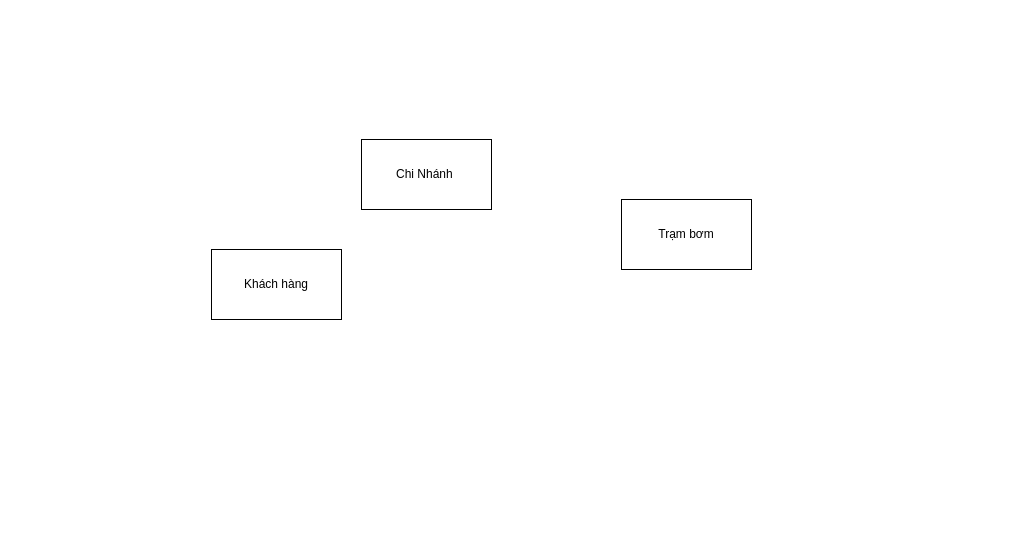
Earlier version of the draw.io diagram Biểu đồ không có tiêu đề.drawio (MINH-DEV586/project). Source tidied: cells renumbered, new cells numbered last; positions are measured from the earlier drawing's top-left corner, leaving out a move shared by most shapes. Both pictures are drawn from the tidied source at 100%, with x=0, y=0 at pixel (211, 139).
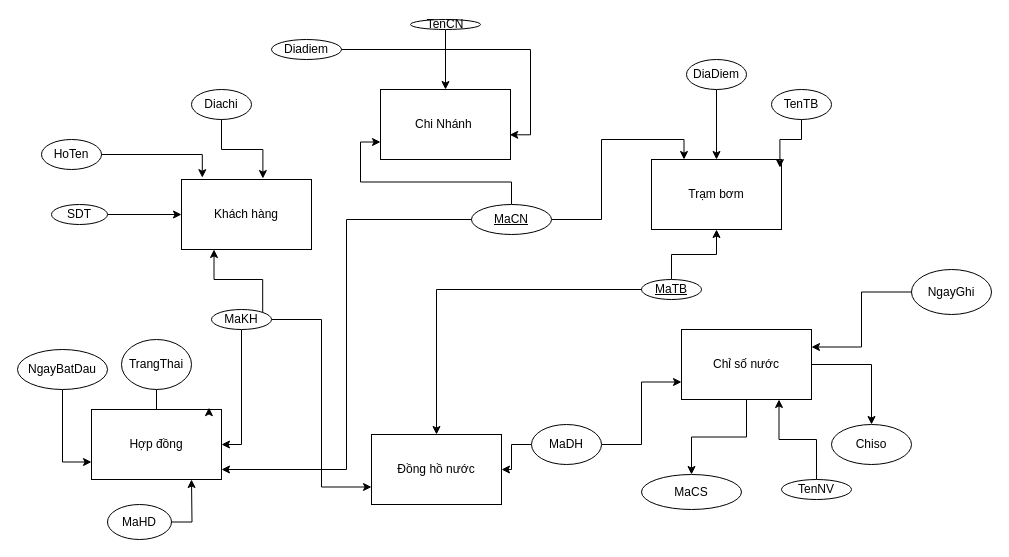
The same diagram, later.

Commit message (it also covers changes not shown here):
Cập nhật Biểu đồ không có tiêu đề.drawio

Diff of the diagram source:
```diff
@@
     <mxCell id="2" value="Chi Nhánh&amp;nbsp;" style="rounded=0;whiteSpace=wrap;html=1;" parent="1" vertex="1">
-      <mxGeometry x="150" width="130" height="70" as="geometry" />
+      <mxGeometry x="169" y="-50" width="130" height="70" as="geometry" />
     </mxCell>
     <mxCell id="3" value="Trạm bơm" style="rounded=0;whiteSpace=wrap;html=1;" parent="1" vertex="1">
-      <mxGeometry x="410" y="60" width="130" height="70" as="geometry" />
+      <mxGeometry x="440" y="20" width="130" height="70" as="geometry" />
     </mxCell>
     <mxCell id="4" value="Khách hàng" style="rounded=0;whiteSpace=wrap;html=1;" parent="1" vertex="1">
-      <mxGeometry y="110" width="130" height="70" as="geometry" />
+      <mxGeometry x="-30" y="40" width="130" height="70" as="geometry" />
     </mxCell>
+    <mxCell id="5" value="Đồng hồ nước" style="rounded=0;whiteSpace=wrap;html=1;" parent="1" vertex="1">
+      <mxGeometry x="160" y="295" width="130" height="70" as="geometry" />
+    </mxCell>
+    <mxCell id="6" value="Hợp đồng" style="rounded=0;whiteSpace=wrap;html=1;" parent="1" vertex="1">
+      <mxGeometry x="-120" y="270" width="130" height="70" as="geometry" />
+    </mxCell>
+    <mxCell id="7" style="edgeStyle=orthogonalEdgeStyle;rounded=0;jettySize=auto;html=1;" parent="1" edge="1" source="9" target="44">
+      <mxGeometry relative="1" as="geometry" />
+    </mxCell>
+    <mxCell id="8" style="edgeStyle=orthogonalEdgeStyle;rounded=0;jettySize=auto;html=1;" parent="1" edge="1" source="9" target="47">
+      <mxGeometry relative="1" as="geometry" />
+    </mxCell>
+    <mxCell id="9" value="Chỉ số nước" style="rounded=0;whiteSpace=wrap;html=1;" parent="1" vertex="1">
+      <mxGeometry x="470" y="190" width="130" height="70" as="geometry" />
+    </mxCell>
+    <mxCell id="10" style="edgeStyle=orthogonalEdgeStyle;rounded=0;jettySize=auto;html=1;entryX=0;entryY=0.75;entryDx=0;entryDy=0;" parent="1" edge="1" source="12" target="2">
+      <mxGeometry relative="1" as="geometry" />
+    </mxCell>
+    <mxCell id="11" style="edgeStyle=orthogonalEdgeStyle;rounded=0;jettySize=auto;html=1;entryX=0.25;entryY=0;entryDx=0;entryDy=0;" parent="1" edge="1" source="12" target="3">
+      <mxGeometry relative="1" as="geometry" />
+    </mxCell>
+    <mxCell id="12" value="&lt;u&gt;MaCN&lt;/u&gt;" style="ellipse;whiteSpace=wrap;html=1;" parent="1" vertex="1">
+      <mxGeometry x="260" y="65" width="80" height="30" as="geometry" />
+    </mxCell>
+    <mxCell id="13" style="edgeStyle=orthogonalEdgeStyle;rounded=0;jettySize=auto;html=1;entryX=0.5;entryY=0;entryDx=0;entryDy=0;" parent="1" edge="1" source="14" target="2">
+      <mxGeometry relative="1" as="geometry" />
+    </mxCell>
+    <mxCell id="14" value="TenCN" style="ellipse;whiteSpace=wrap;html=1;" parent="1" vertex="1">
+      <mxGeometry x="199" y="-120" width="70" height="10" as="geometry" />
+    </mxCell>
+    <mxCell id="15" value="Diadiem" style="ellipse;whiteSpace=wrap;html=1;" parent="1" vertex="1">
+      <mxGeometry x="60" y="-100" width="70" height="20" as="geometry" />
+    </mxCell>
+    <mxCell id="16" style="edgeStyle=orthogonalEdgeStyle;rounded=0;jettySize=auto;html=1;entryX=0.994;entryY=0.647;entryDx=0;entryDy=0;entryPerimeter=0;" parent="1" edge="1" source="15" target="2">
+      <mxGeometry relative="1" as="geometry" />
+    </mxCell>
+    <mxCell id="17" style="edgeStyle=orthogonalEdgeStyle;rounded=0;jettySize=auto;html=1;" parent="1" edge="1" source="19" target="3">
+      <mxGeometry relative="1" as="geometry" />
+    </mxCell>
+    <mxCell id="18" style="edgeStyle=orthogonalEdgeStyle;rounded=0;jettySize=auto;html=1;" parent="1" edge="1" source="19" target="5">
+      <mxGeometry relative="1" as="geometry" />
+    </mxCell>
+    <mxCell id="19" value="&lt;u&gt;MaTB&lt;/u&gt;" style="ellipse;whiteSpace=wrap;html=1;" parent="1" vertex="1">
+      <mxGeometry x="430" y="140" width="60" height="20" as="geometry" />
+    </mxCell>
+    <mxCell id="20" value="TenTB" style="ellipse;whiteSpace=wrap;html=1;" parent="1" vertex="1">
+      <mxGeometry x="560" y="-50" width="60" height="30" as="geometry" />
+    </mxCell>
+    <mxCell id="21" style="edgeStyle=orthogonalEdgeStyle;rounded=0;jettySize=auto;html=1;entryX=0.5;entryY=0;entryDx=0;entryDy=0;" parent="1" edge="1" source="22" target="3">
+      <mxGeometry relative="1" as="geometry" />
+    </mxCell>
+    <mxCell id="22" value="DiaDiem" style="ellipse;whiteSpace=wrap;html=1;" parent="1" vertex="1">
+      <mxGeometry x="475" y="-80" width="60" height="30" as="geometry" />
+    </mxCell>
+    <mxCell id="23" value="HoTen" style="ellipse;whiteSpace=wrap;html=1;" parent="1" vertex="1">
+      <mxGeometry x="-170" width="60" height="30" as="geometry" />
+    </mxCell>
+    <mxCell id="24" style="edgeStyle=orthogonalEdgeStyle;rounded=0;jettySize=auto;html=1;exitX=1;exitY=1;exitDx=0;exitDy=0;entryX=0.25;entryY=1;entryDx=0;entryDy=0;" parent="1" edge="1" source="27" target="4">
+      <mxGeometry relative="1" as="geometry" />
+    </mxCell>
+    <mxCell id="25" style="edgeStyle=orthogonalEdgeStyle;rounded=0;jettySize=auto;html=1;entryX=0;entryY=0.75;entryDx=0;entryDy=0;" parent="1" edge="1" source="27" target="5">
+      <mxGeometry relative="1" as="geometry" />
+    </mxCell>
+    <mxCell id="26" style="edgeStyle=orthogonalEdgeStyle;rounded=0;jettySize=auto;html=1;entryX=1;entryY=0.5;entryDx=0;entryDy=0;" parent="1" edge="1" source="27" target="6">
+      <mxGeometry relative="1" as="geometry" />
+    </mxCell>
+    <mxCell id="27" value="MaKH" style="ellipse;whiteSpace=wrap;html=1;" parent="1" vertex="1">
+      <mxGeometry y="170" width="60" height="20" as="geometry" />
+    </mxCell>
+    <mxCell id="28" style="edgeStyle=orthogonalEdgeStyle;rounded=0;jettySize=auto;html=1;entryX=0.988;entryY=0.116;entryDx=0;entryDy=0;entryPerimeter=0;" parent="1" edge="1" source="20" target="3">
+      <mxGeometry relative="1" as="geometry" />
+    </mxCell>
+    <mxCell id="29" style="edgeStyle=orthogonalEdgeStyle;rounded=0;jettySize=auto;html=1;entryX=0.16;entryY=-0.026;entryDx=0;entryDy=0;entryPerimeter=0;" parent="1" edge="1" source="23" target="4">
+      <mxGeometry relative="1" as="geometry" />
+    </mxCell>
+    <mxCell id="30" value="Diachi" style="ellipse;whiteSpace=wrap;html=1;" parent="1" vertex="1">
+      <mxGeometry x="-20" y="-50" width="60" height="30" as="geometry" />
+    </mxCell>
+    <mxCell id="31" style="edgeStyle=orthogonalEdgeStyle;rounded=0;jettySize=auto;html=1;entryX=0.626;entryY=-0.014;entryDx=0;entryDy=0;entryPerimeter=0;" parent="1" edge="1" source="30" target="4">
+      <mxGeometry relative="1" as="geometry" />
+    </mxCell>
+    <mxCell id="32" style="edgeStyle=orthogonalEdgeStyle;rounded=0;jettySize=auto;html=1;entryX=0;entryY=0.5;entryDx=0;entryDy=0;" parent="1" edge="1" source="33" target="4">
+      <mxGeometry relative="1" as="geometry" />
+    </mxCell>
+    <mxCell id="33" value="SDT" style="ellipse;whiteSpace=wrap;html=1;" parent="1" vertex="1">
+      <mxGeometry x="-160" y="65" width="56" height="20" as="geometry" />
+    </mxCell>
+    <mxCell id="34" style="edgeStyle=orthogonalEdgeStyle;rounded=0;orthogonalLoop=1;jettySize=auto;html=1;exitX=0.5;exitY=1;exitDx=0;exitDy=0;" parent="1" edge="1" source="33" target="33">
+      <mxGeometry relative="1" as="geometry" />
+    </mxCell>
+    <mxCell id="35" style="edgeStyle=orthogonalEdgeStyle;rounded=0;jettySize=auto;html=1;" parent="1" edge="1" source="37" target="5">
+      <mxGeometry relative="1" as="geometry" />
+    </mxCell>
+    <mxCell id="36" style="edgeStyle=orthogonalEdgeStyle;rounded=0;jettySize=auto;html=1;entryX=0;entryY=0.75;entryDx=0;entryDy=0;" parent="1" edge="1" source="37" target="9">
+      <mxGeometry relative="1" as="geometry" />
+    </mxCell>
+    <mxCell id="37" value="MaDH" style="ellipse;whiteSpace=wrap;html=1;" parent="1" vertex="1">
+      <mxGeometry x="320" y="285" width="70" height="40" as="geometry" />
+    </mxCell>
+    <mxCell id="38" style="edgeStyle=orthogonalEdgeStyle;rounded=0;jettySize=auto;html=1;" parent="1" edge="1" source="39">
+      <mxGeometry relative="1" as="geometry">
+        <mxPoint x="-20" y="340" as="targetPoint" />
+      </mxGeometry>
+    </mxCell>
+    <mxCell id="39" value="MaHD" style="ellipse;whiteSpace=wrap;html=1;" parent="1" vertex="1">
+      <mxGeometry x="-104" y="365" width="64" height="35" as="geometry" />
+    </mxCell>
+    <mxCell id="40" style="edgeStyle=orthogonalEdgeStyle;rounded=0;jettySize=auto;html=1;entryX=0;entryY=0.75;entryDx=0;entryDy=0;" parent="1" edge="1" source="41" target="6">
+      <mxGeometry relative="1" as="geometry" />
+    </mxCell>
+    <mxCell id="41" value="NgayBatDau" style="ellipse;whiteSpace=wrap;html=1;" parent="1" vertex="1">
+      <mxGeometry x="-194" y="210" width="90" height="40" as="geometry" />
+    </mxCell>
+    <mxCell id="42" value="TrangThai" style="ellipse;whiteSpace=wrap;html=1;" parent="1" vertex="1">
+      <mxGeometry x="-90" y="200" width="70" height="50" as="geometry" />
+    </mxCell>
+    <mxCell id="43" style="edgeStyle=orthogonalEdgeStyle;rounded=0;jettySize=auto;html=1;entryX=0.904;entryY=-0.027;entryDx=0;entryDy=0;entryPerimeter=0;" parent="1" edge="1" source="42" target="6">
+      <mxGeometry relative="1" as="geometry" />
+    </mxCell>
+    <mxCell id="44" value="MaCS" style="ellipse;whiteSpace=wrap;html=1;rounded=0;" parent="1" vertex="1">
+      <mxGeometry x="430" y="335" width="100" height="35" as="geometry" />
+    </mxCell>
+    <mxCell id="45" style="edgeStyle=orthogonalEdgeStyle;rounded=0;jettySize=auto;html=1;entryX=1;entryY=0.25;entryDx=0;entryDy=0;" parent="1" edge="1" source="46" target="9">
+      <mxGeometry relative="1" as="geometry" />
+    </mxCell>
+    <mxCell id="46" value="NgayGhi" style="ellipse;whiteSpace=wrap;html=1;rounded=0;" parent="1" vertex="1">
+      <mxGeometry x="700" y="130" width="80" height="45" as="geometry" />
+    </mxCell>
+    <mxCell id="47" value="Chiso" style="ellipse;whiteSpace=wrap;html=1;" parent="1" vertex="1">
+      <mxGeometry x="620" y="285" width="80" height="40" as="geometry" />
+    </mxCell>
+    <mxCell id="48" style="edgeStyle=orthogonalEdgeStyle;rounded=0;jettySize=auto;html=1;entryX=0.75;entryY=1;entryDx=0;entryDy=0;" parent="1" edge="1" source="49" target="9">
+      <mxGeometry relative="1" as="geometry" />
+    </mxCell>
+    <mxCell id="49" value="TenNV" style="ellipse;whiteSpace=wrap;html=1;" parent="1" vertex="1">
+      <mxGeometry x="570" y="340" width="70" height="20" as="geometry" />
+    </mxCell>
+    <mxCell id="50" style="edgeStyle=orthogonalEdgeStyle;rounded=0;jettySize=auto;html=1;entryX=1;entryY=0.857;entryDx=0;entryDy=0;entryPerimeter=0;" parent="1" edge="1" source="12" target="6">
+      <mxGeometry relative="1" as="geometry" />
+    </mxCell>
```
